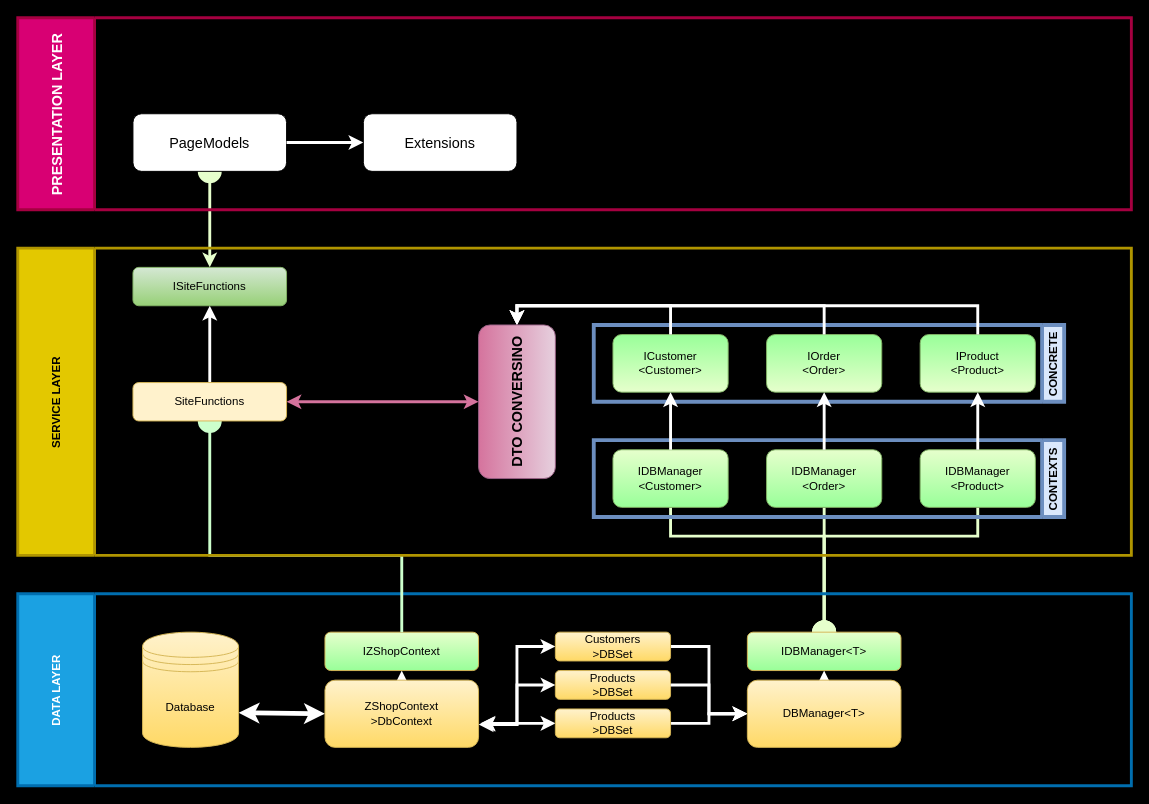
ZharaX/zShop keeps this draw.io diagram as Data Models.drawio. Above is the earlier version. Source tidied: cells renumbered, new cells numbered last; positions are measured from the earlier drawing's top-left corner, leaving out a move shared by most shapes. Both pictures are drawn from the tidied source at 96%, with x=0, y=0 at pixel (17, 17).
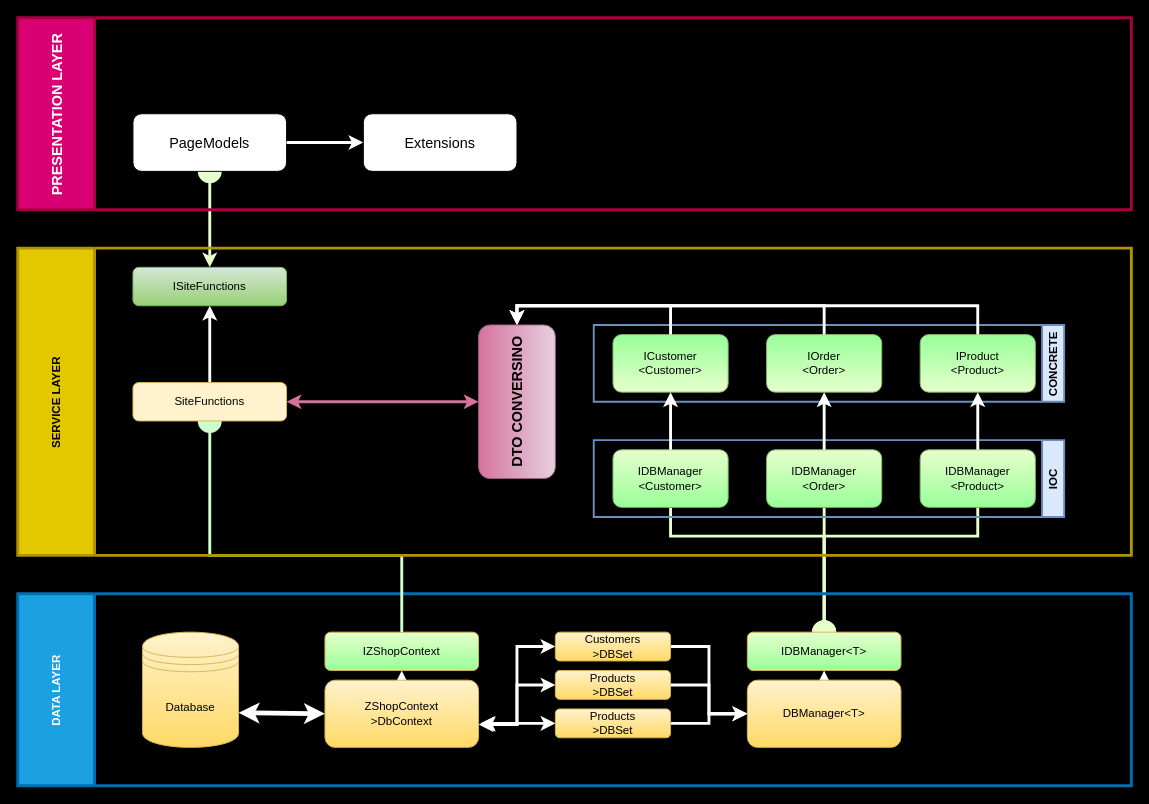
The same page after the edit.

The change refers to these unchanged cells:
```xml
<mxCell id="25" value="SERVICE LAYER" style="swimlane;horizontal=0;startSize=80;fillColor=#e3c800;fontColor=#000000;strokeColor=#B09500;fontSize=12;strokeWidth=3;" parent="1" vertex="1">
  <mxGeometry y="240" width="1160" height="320" as="geometry" />
</mxCell>
```

What changed in the source:
```diff
@@
-    <mxCell id="26" value="CONTEXTS" style="swimlane;horizontal=0;fontSize=12;fillColor=#dae8fc;gradientDirection=north;flipH=1;strokeColor=#6c8ebf;strokeWidth=4;" parent="25" vertex="1">
+    <mxCell id="26" value="IOC" style="swimlane;horizontal=0;fontSize=12;fillColor=#dae8fc;gradientDirection=north;flipH=1;strokeColor=#6c8ebf;strokeWidth=2;" parent="25" vertex="1">
       <mxGeometry x="600" y="200" width="490" height="80" as="geometry" />
     </mxCell>
-    <mxCell id="27" value="CONCRETE" style="swimlane;horizontal=0;fontSize=12;fillColor=#dae8fc;gradientDirection=north;flipH=1;strokeColor=#6c8ebf;strokeWidth=4;" parent="25" vertex="1">
+    <mxCell id="27" value="CONCRETE" style="swimlane;horizontal=0;fontSize=12;fillColor=#dae8fc;gradientDirection=north;flipH=1;strokeColor=#6c8ebf;strokeWidth=2;" parent="25" vertex="1">
       <mxGeometry x="600" y="80" width="490" height="80" as="geometry" />
     </mxCell>
```
